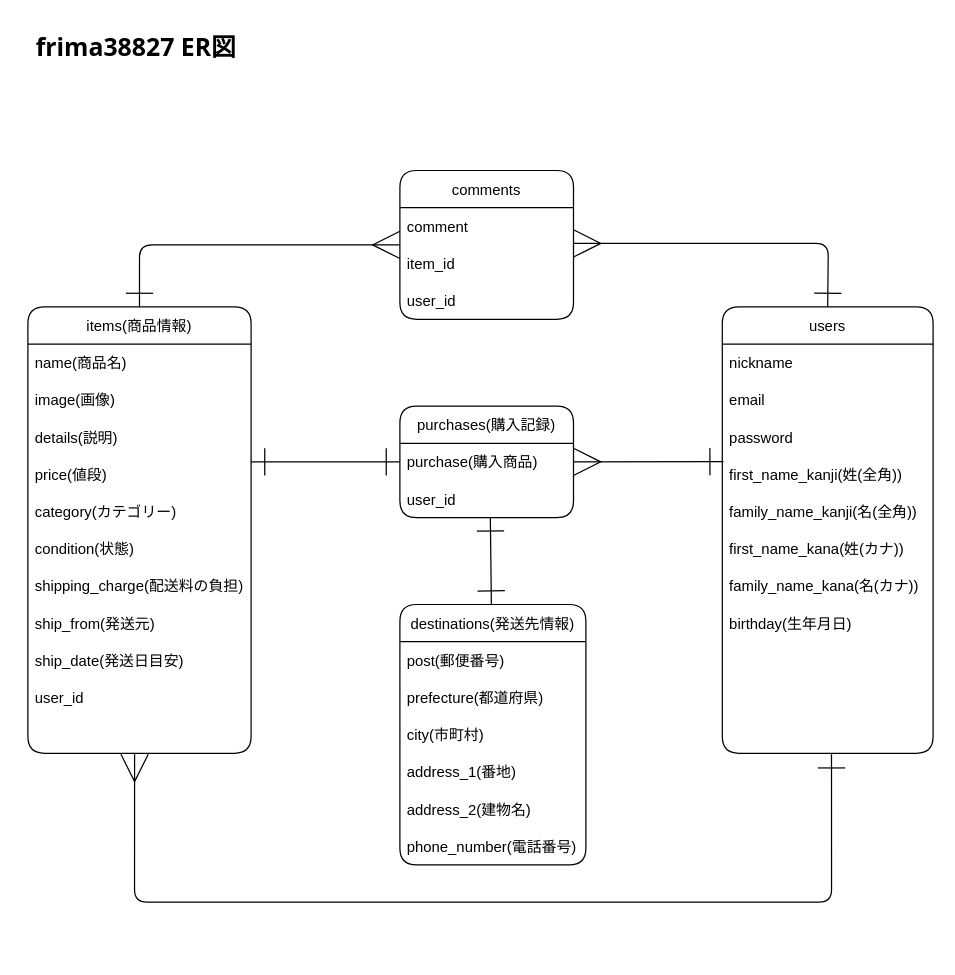
Above: ER図.dio in Shou1204/furima-38827 (draw.io), before the change. Source tidied: cells renumbered, new cells numbered last; positions are measured from the earlier drawing's top-left corner, leaving out a move shared by most shapes. Both pictures are drawn from the tidied source at 124%, with x=0, y=0 at pixel (21, 21).
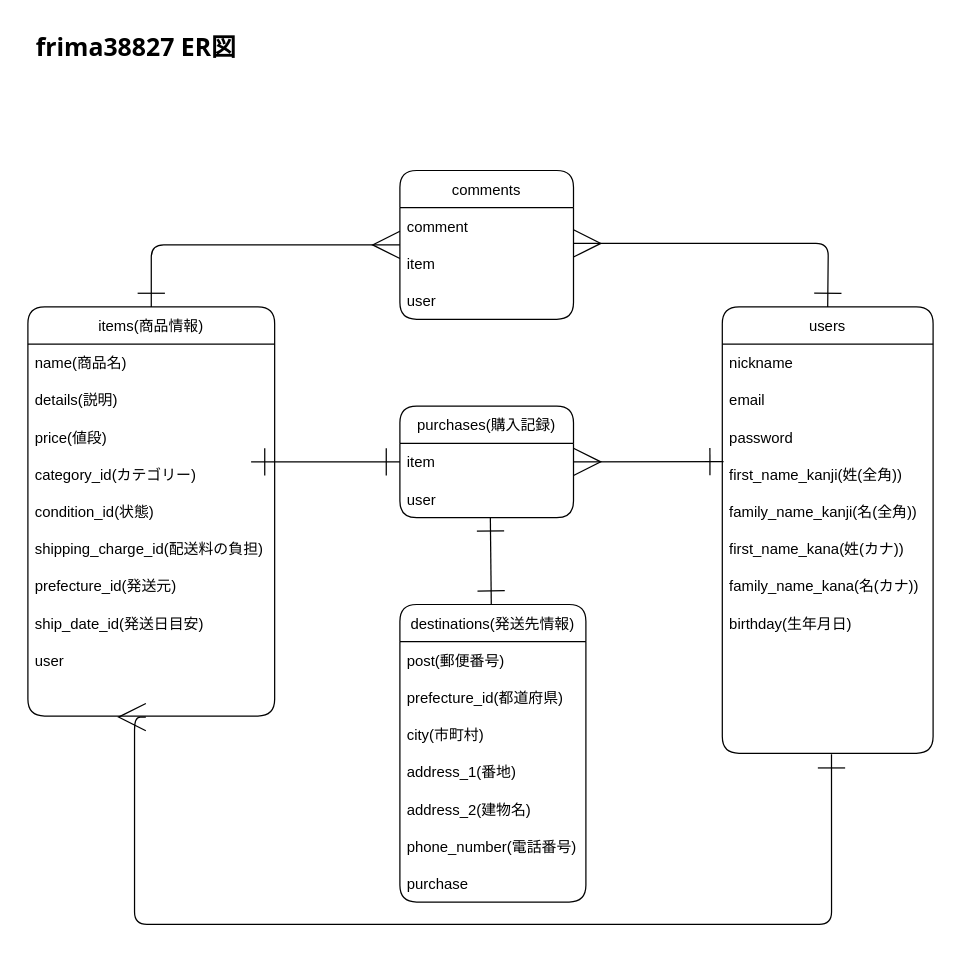
The same diagram, later.

Unchanged cells that the change refers to:
```xml
<mxCell id="2" value="comments" style="swimlane;fontStyle=0;horizontal=1;startSize=30;rounded=1;fillColor=none;fontColor=#000000;strokeColor=#000000;" parent="1" vertex="1">
  <mxGeometry x="305" y="120" width="140" height="120" as="geometry" />
</mxCell>
<mxCell id="30" style="text;strokeColor=none;fillColor=none;align=left;verticalAlign=middle;spacingLeft=4;spacingRight=4;overflow=hidden;points=[[0,0.5],[1,0.5]];portConstraint=eastwest;rounded=1;fontColor=#000000;" parent="19" vertex="1">
  <mxGeometry y="330" width="170" height="30" as="geometry" />
</mxCell>
<mxCell id="40" value="purchases(購入記録)" style="swimlane;fontStyle=0;horizontal=1;startSize=30;rounded=1;fillColor=none;fontColor=#000000;strokeColor=#000000;" parent="1" vertex="1">
  <mxGeometry x="305" y="310" width="140" height="90" as="geometry" />
</mxCell>
```

Diff of the diagram source:
```diff
@@
-    <mxCell id="4" value="item_id" style="text;strokeColor=none;fillColor=none;align=left;verticalAlign=middle;spacingLeft=4;spacingRight=4;overflow=hidden;points=[[0,0.5],[1,0.5]];portConstraint=eastwest;rounded=1;fontColor=#000000;" parent="2" vertex="1">
+    <mxCell id="4" value="item" style="text;strokeColor=none;fillColor=none;align=left;verticalAlign=middle;spacingLeft=4;spacingRight=4;overflow=hidden;points=[[0,0.5],[1,0.5]];portConstraint=eastwest;rounded=1;fontColor=#000000;" parent="2" vertex="1">
       <mxGeometry y="60" width="140" height="30" as="geometry" />
     </mxCell>
-    <mxCell id="5" value="user_id" style="text;strokeColor=none;fillColor=none;align=left;verticalAlign=middle;spacingLeft=4;spacingRight=4;overflow=hidden;rounded=1;fontColor=#000000;" parent="2" vertex="1">
+    <mxCell id="5" value="user" style="text;strokeColor=none;fillColor=none;align=left;verticalAlign=middle;spacingLeft=4;spacingRight=4;overflow=hidden;rounded=1;fontColor=#000000;" parent="2" vertex="1">
       <mxGeometry y="90" width="140" height="30" as="geometry" />
     </mxCell>
@@
     <mxCell id="7" value="items(商品情報)" style="swimlane;fontStyle=0;horizontal=1;startSize=30;rounded=1;fillColor=none;fontColor=#000000;strokeColor=#000000;" parent="1" vertex="1">
-      <mxGeometry x="5" y="230" width="180" height="360" as="geometry" />
+      <mxGeometry x="5" y="230" width="199" height="330" as="geometry" />
     </mxCell>
     <mxCell id="8" value="name(商品名)" style="text;strokeColor=none;fillColor=none;align=left;verticalAlign=middle;spacingLeft=4;spacingRight=4;overflow=hidden;rounded=1;fontColor=#000000;" parent="7" vertex="1">
-      <mxGeometry y="30" width="180" height="30" as="geometry" />
+      <mxGeometry y="30" width="199" height="30" as="geometry" />
     </mxCell>
-    <mxCell id="9" value="image(画像)" style="text;strokeColor=none;fillColor=none;align=left;verticalAlign=middle;spacingLeft=4;spacingRight=4;overflow=hidden;rounded=1;fontColor=#000000;" parent="7" vertex="1">
-      <mxGeometry y="60" width="180" height="30" as="geometry" />
-    </mxCell>
     <mxCell id="10" value="details(説明)" style="text;strokeColor=none;fillColor=none;align=left;verticalAlign=middle;spacingLeft=4;spacingRight=4;overflow=hidden;rounded=1;fontColor=#000000;" parent="7" vertex="1">
-      <mxGeometry y="90" width="180" height="30" as="geometry" />
+      <mxGeometry y="60" width="199" height="30" as="geometry" />
     </mxCell>
     <mxCell id="11" value="price(値段)" style="text;strokeColor=none;fillColor=none;align=left;verticalAlign=middle;spacingLeft=4;spacingRight=4;overflow=hidden;rounded=1;fontColor=#000000;" parent="7" vertex="1">
-      <mxGeometry y="120" width="180" height="30" as="geometry" />
+      <mxGeometry y="90" width="199" height="30" as="geometry" />
     </mxCell>
-    <mxCell id="12" value="category(カテゴリー)" style="text;strokeColor=none;fillColor=none;align=left;verticalAlign=middle;spacingLeft=4;spacingRight=4;overflow=hidden;rounded=1;fontColor=#000000;" parent="7" vertex="1">
-      <mxGeometry y="150" width="180" height="30" as="geometry" />
+    <mxCell id="12" value="category_id(カテゴリー)" style="text;strokeColor=none;fillColor=none;align=left;verticalAlign=middle;spacingLeft=4;spacingRight=4;overflow=hidden;rounded=1;fontColor=#000000;" parent="7" vertex="1">
+      <mxGeometry y="120" width="199" height="30" as="geometry" />
     </mxCell>
-    <mxCell id="13" value="condition(状態)" style="text;strokeColor=none;fillColor=none;align=left;verticalAlign=middle;spacingLeft=4;spacingRight=4;overflow=hidden;rounded=1;fontColor=#000000;" parent="7" vertex="1">
-      <mxGeometry y="180" width="180" height="30" as="geometry" />
+    <mxCell id="13" value="condition_id(状態)" style="text;strokeColor=none;fillColor=none;align=left;verticalAlign=middle;spacingLeft=4;spacingRight=4;overflow=hidden;rounded=1;fontColor=#000000;" parent="7" vertex="1">
+      <mxGeometry y="150" width="199" height="30" as="geometry" />
     </mxCell>
-    <mxCell id="14" value="shipping_charge(配送料の負担)" style="text;strokeColor=none;fillColor=none;align=left;verticalAlign=middle;spacingLeft=4;spacingRight=4;overflow=hidden;rounded=1;fontColor=#000000;" parent="7" vertex="1">
-      <mxGeometry y="210" width="180" height="30" as="geometry" />
+    <mxCell id="14" value="shipping_charge_id(配送料の負担)" style="text;strokeColor=none;fillColor=none;align=left;verticalAlign=middle;spacingLeft=4;spacingRight=4;overflow=hidden;rounded=1;fontColor=#000000;" parent="7" vertex="1">
+      <mxGeometry y="180" width="199" height="30" as="geometry" />
     </mxCell>
-    <mxCell id="15" value="ship_from(発送元)" style="text;strokeColor=none;fillColor=none;align=left;verticalAlign=middle;spacingLeft=4;spacingRight=4;overflow=hidden;rounded=1;fontColor=#000000;" parent="7" vertex="1">
-      <mxGeometry y="240" width="180" height="30" as="geometry" />
+    <mxCell id="15" value="prefecture_id(発送元)" style="text;strokeColor=none;fillColor=none;align=left;verticalAlign=middle;spacingLeft=4;spacingRight=4;overflow=hidden;rounded=1;fontColor=#000000;" parent="7" vertex="1">
+      <mxGeometry y="210" width="199" height="30" as="geometry" />
     </mxCell>
-    <mxCell id="16" value="ship_date(発送日目安)" style="text;strokeColor=none;fillColor=none;align=left;verticalAlign=middle;spacingLeft=4;spacingRight=4;overflow=hidden;rounded=1;fontColor=#000000;" parent="7" vertex="1">
-      <mxGeometry y="270" width="180" height="30" as="geometry" />
+    <mxCell id="16" value="ship_date_id(発送日目安)" style="text;strokeColor=none;fillColor=none;align=left;verticalAlign=middle;spacingLeft=4;spacingRight=4;overflow=hidden;rounded=1;fontColor=#000000;" parent="7" vertex="1">
+      <mxGeometry y="240" width="199" height="30" as="geometry" />
     </mxCell>
-    <mxCell id="17" value="user_id" style="text;strokeColor=none;fillColor=none;align=left;verticalAlign=middle;spacingLeft=4;spacingRight=4;overflow=hidden;rounded=1;fontColor=#000000;" parent="7" vertex="1">
-      <mxGeometry y="300" width="180" height="30" as="geometry" />
+    <mxCell id="17" value="user" style="text;strokeColor=none;fillColor=none;align=left;verticalAlign=middle;spacingLeft=4;spacingRight=4;overflow=hidden;rounded=1;fontColor=#000000;" parent="7" vertex="1">
+      <mxGeometry y="270" width="199" height="30" as="geometry" />
     </mxCell>
     <mxCell id="18" style="text;strokeColor=none;fillColor=none;align=left;verticalAlign=middle;spacingLeft=4;spacingRight=4;overflow=hidden;points=[[0,0.5],[1,0.5]];portConstraint=eastwest;rounded=1;fontColor=#000000;" parent="7" vertex="1">
-      <mxGeometry y="330" width="180" height="30" as="geometry" />
+      <mxGeometry y="300" width="199" height="30" as="geometry" />
     </mxCell>
@@
     <mxCell id="33" value="destinations(発送先情報)" style="swimlane;fontStyle=0;horizontal=1;startSize=30;rounded=1;fillColor=none;fontColor=#000000;strokeColor=#000000;" parent="1" vertex="1">
-      <mxGeometry x="305" y="470" width="150" height="210" as="geometry" />
+      <mxGeometry x="305" y="470" width="150" height="240" as="geometry" />
     </mxCell>
@@
-    <mxCell id="35" value="prefecture(都道府県)" style="text;strokeColor=none;fillColor=none;align=left;verticalAlign=middle;spacingLeft=4;spacingRight=4;overflow=hidden;rounded=1;fontColor=#000000;" parent="33" vertex="1">
+    <mxCell id="35" value="prefecture_id(都道府県)" style="text;strokeColor=none;fillColor=none;align=left;verticalAlign=middle;spacingLeft=4;spacingRight=4;overflow=hidden;rounded=1;fontColor=#000000;" parent="33" vertex="1">
       <mxGeometry y="60" width="150" height="30" as="geometry" />
     </mxCell>
@@
+    <mxCell id="47" value="purchase" style="text;strokeColor=none;fillColor=none;align=left;verticalAlign=middle;spacingLeft=4;spacingRight=4;overflow=hidden;rounded=1;fontColor=#000000;" parent="33" vertex="1">
+      <mxGeometry y="210" width="150" height="30" as="geometry" />
+    </mxCell>
@@
-    <mxCell id="41" value="purchase(購入商品)" style="text;strokeColor=none;fillColor=none;align=left;verticalAlign=middle;spacingLeft=4;spacingRight=4;overflow=hidden;points=[[0,0.5],[1,0.5]];portConstraint=eastwest;rounded=1;fontColor=#000000;" parent="40" vertex="1">
+    <mxCell id="41" value="item" style="text;strokeColor=none;fillColor=none;align=left;verticalAlign=middle;spacingLeft=4;spacingRight=4;overflow=hidden;points=[[0,0.5],[1,0.5]];portConstraint=eastwest;rounded=1;fontColor=#000000;" parent="40" vertex="1">
       <mxGeometry y="30" width="140" height="30" as="geometry" />
     </mxCell>
-    <mxCell id="42" value="user_id" style="text;align=left;verticalAlign=middle;spacingLeft=4;spacingRight=4;overflow=hidden;points=[[0,0.5],[1,0.5]];portConstraint=eastwest;rounded=1;fontColor=#000000;" parent="40" vertex="1">
+    <mxCell id="42" value="user" style="text;align=left;verticalAlign=middle;spacingLeft=4;spacingRight=4;overflow=hidden;points=[[0,0.5],[1,0.5]];portConstraint=eastwest;rounded=1;fontColor=#000000;" parent="40" vertex="1">
       <mxGeometry y="60" width="140" height="30" as="geometry" />
     </mxCell>
@@
     <mxCell id="45" style="endArrow=ERmany;html=1;rounded=1;startSize=20;endSize=20;sourcePerimeterSpacing=0;strokeWidth=1;jumpSize=6;entryX=0.478;entryY=1.027;entryDx=0;entryDy=0;exitX=0.518;exitY=1.027;exitDx=0;exitDy=0;startArrow=ERone;startFill=0;endFill=0;edgeStyle=orthogonalEdgeStyle;elbow=vertical;entryPerimeter=0;exitPerimeter=0;fontColor=#000000;strokeColor=#000000;" parent="1" edge="1" source="30" target="18">
       <mxGeometry relative="1" as="geometry">
         <Array as="points">
-          <mxPoint x="653" y="710" />
-          <mxPoint x="91" y="710" />
+          <mxPoint x="653" y="728" />
+          <mxPoint x="91" y="728" />
         </Array>
       </mxGeometry>
     </mxCell>
```
